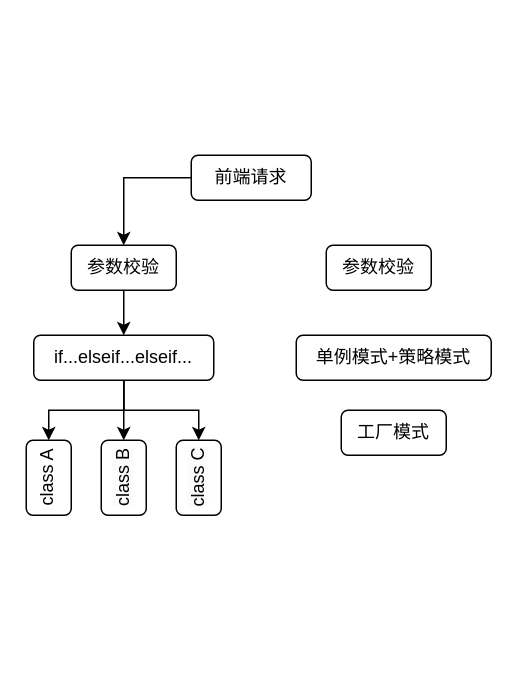
Earlier version of the draw.io diagram DrawIO_file/流程图/单例+工厂+策略.drawio (DingDongZz/typera_PicGO). Source tidied: cells renumbered, new cells numbered last; positions are measured from the earlier drawing's top-left corner, leaving out a move shared by most shapes. Both pictures are drawn from the tidied source at 150%, with x=0, y=0 at pixel (26, 154).
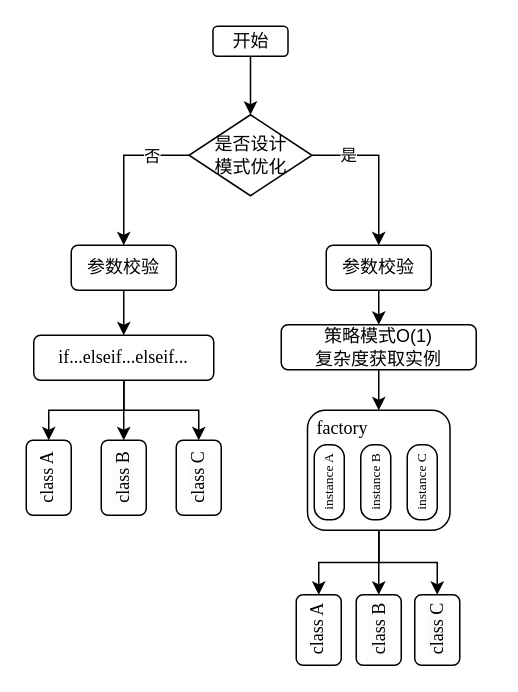
Above is the later version.

Commit message:
更新单例+工厂+策略.drawio

Diff of the diagram source:
```diff
@@
-    <mxCell id="2" style="edgeStyle=orthogonalEdgeStyle;rounded=0;jettySize=auto;html=1;entryX=0.5;entryY=0;entryDx=0;entryDy=0;" parent="1" edge="1" source="3" target="5">
+    <mxCell id="2" style="edgeStyle=orthogonalEdgeStyle;rounded=0;jettySize=auto;html=1;entryX=0.5;entryY=0;entryDx=0;entryDy=0;exitX=0;exitY=0.5;exitDx=0;exitDy=0;fontFamily=Times New Roman;" parent="1" edge="1" source="26" target="5">
       <mxGeometry relative="1" as="geometry" />
     </mxCell>
-    <mxCell id="3" value="前端请求" style="rounded=1;whiteSpace=wrap;html=1;" parent="1" vertex="1">
-      <mxGeometry x="110" width="80" height="30" as="geometry" />
-    </mxCell>
+    <mxCell id="16" value="否" style="edgeLabel;html=1;align=center;verticalAlign=middle;fontFamily=宋体;" parent="2" vertex="1">
+      <mxGeometry x="-0.52" relative="1" as="geometry" />
+    </mxCell>
+    <mxCell id="17" style="edgeStyle=orthogonalEdgeStyle;rounded=0;jettySize=auto;html=1;entryX=0.5;entryY=0;entryDx=0;entryDy=0;exitX=1;exitY=0.5;exitDx=0;exitDy=0;fontFamily=Times New Roman;" parent="1" edge="1" source="26" target="13">
+      <mxGeometry relative="1" as="geometry" />
+    </mxCell>
+    <mxCell id="18" value="是" style="edgeLabel;html=1;align=center;verticalAlign=middle;fontFamily=宋体;" parent="17" vertex="1">
+      <mxGeometry x="-0.55" y="1" relative="1" as="geometry" />
+    </mxCell>
-    <mxCell id="4" style="edgeStyle=orthogonalEdgeStyle;rounded=0;jettySize=auto;html=1;entryX=0.5;entryY=0;entryDx=0;entryDy=0;" parent="1" edge="1" source="5" target="9">
+    <mxCell id="4" style="edgeStyle=orthogonalEdgeStyle;rounded=0;jettySize=auto;html=1;entryX=0.5;entryY=0;entryDx=0;entryDy=0;fontFamily=Times New Roman;" parent="1" edge="1" source="5" target="9">
       <mxGeometry relative="1" as="geometry" />
     </mxCell>
-    <mxCell id="5" value="参数校验" style="rounded=1;whiteSpace=wrap;html=1;" parent="1" vertex="1">
+    <mxCell id="5" value="参数校验" style="rounded=1;whiteSpace=wrap;html=1;fontFamily=宋体;" parent="1" vertex="1">
       <mxGeometry x="30" y="60" width="70" height="30" as="geometry" />
     </mxCell>
-    <mxCell id="6" style="edgeStyle=orthogonalEdgeStyle;rounded=0;jettySize=auto;html=1;entryX=0.5;entryY=0;entryDx=0;entryDy=0;" parent="1" edge="1" source="9" target="10">
+    <mxCell id="6" style="edgeStyle=orthogonalEdgeStyle;rounded=0;jettySize=auto;html=1;entryX=0.5;entryY=0;entryDx=0;entryDy=0;fontFamily=Times New Roman;" parent="1" edge="1" source="9" target="10">
       <mxGeometry relative="1" as="geometry" />
     </mxCell>
-    <mxCell id="7" style="edgeStyle=orthogonalEdgeStyle;rounded=0;jettySize=auto;html=1;entryX=0.5;entryY=0;entryDx=0;entryDy=0;" parent="1" edge="1" source="9" target="11">
+    <mxCell id="7" style="edgeStyle=orthogonalEdgeStyle;rounded=0;jettySize=auto;html=1;entryX=0.5;entryY=0;entryDx=0;entryDy=0;fontFamily=Times New Roman;" parent="1" edge="1" source="9" target="11">
       <mxGeometry relative="1" as="geometry" />
     </mxCell>
-    <mxCell id="8" style="edgeStyle=orthogonalEdgeStyle;rounded=0;jettySize=auto;html=1;entryX=0.5;entryY=0;entryDx=0;entryDy=0;" parent="1" edge="1" source="9" target="12">
+    <mxCell id="8" style="edgeStyle=orthogonalEdgeStyle;rounded=0;jettySize=auto;html=1;entryX=0.5;entryY=0;entryDx=0;entryDy=0;fontFamily=Times New Roman;" parent="1" edge="1" source="9" target="12">
       <mxGeometry relative="1" as="geometry" />
     </mxCell>
-    <mxCell id="9" value="if...elseif...elseif..." style="rounded=1;whiteSpace=wrap;html=1;" parent="1" vertex="1">
+    <mxCell id="9" value="if...elseif...elseif..." style="rounded=1;whiteSpace=wrap;html=1;fontFamily=Times New Roman;" parent="1" vertex="1">
       <mxGeometry x="5" y="120" width="120" height="30" as="geometry" />
     </mxCell>
-    <mxCell id="10" value="class A" style="rounded=1;whiteSpace=wrap;html=1;verticalAlign=top;horizontal=0;" parent="1" vertex="1">
+    <mxCell id="10" value="class A" style="rounded=1;whiteSpace=wrap;html=1;verticalAlign=top;horizontal=0;fontFamily=Times New Roman;" parent="1" vertex="1">
       <mxGeometry y="190" width="30" height="50" as="geometry" />
     </mxCell>
-    <mxCell id="11" value="&lt;span style=&quot;color: rgb(0, 0, 0); font-family: Helvetica; font-size: 12px; font-style: normal; font-variant-ligatures: normal; font-variant-caps: normal; font-weight: 400; letter-spacing: normal; orphans: 2; text-align: center; text-indent: 0px; text-transform: none; widows: 2; word-spacing: 0px; -webkit-text-stroke-width: 0px; white-space: normal; background-color: rgb(251, 251, 251); text-decoration-thickness: initial; text-decoration-style: initial; text-decoration-color: initial; float: none; display: inline !important;&quot;&gt;class B&lt;/span&gt;" style="rounded=1;whiteSpace=wrap;html=1;horizontal=0;" parent="1" vertex="1">
+    <mxCell id="11" value="&lt;span style=&quot;color: rgb(0, 0, 0); font-size: 12px; font-style: normal; font-variant-ligatures: normal; font-variant-caps: normal; font-weight: 400; letter-spacing: normal; orphans: 2; text-align: center; text-indent: 0px; text-transform: none; widows: 2; word-spacing: 0px; -webkit-text-stroke-width: 0px; white-space: normal; background-color: rgb(251, 251, 251); text-decoration-thickness: initial; text-decoration-style: initial; text-decoration-color: initial; float: none; display: inline !important;&quot;&gt;class B&lt;/span&gt;" style="rounded=1;whiteSpace=wrap;html=1;horizontal=0;fontFamily=Times New Roman;" parent="1" vertex="1">
       <mxGeometry x="50" y="190" width="30" height="50" as="geometry" />
     </mxCell>
-    <mxCell id="12" value="&lt;span style=&quot;color: rgb(0, 0, 0); font-family: Helvetica; font-size: 12px; font-style: normal; font-variant-ligatures: normal; font-variant-caps: normal; font-weight: 400; letter-spacing: normal; orphans: 2; text-align: center; text-indent: 0px; text-transform: none; widows: 2; word-spacing: 0px; -webkit-text-stroke-width: 0px; white-space: normal; background-color: rgb(251, 251, 251); text-decoration-thickness: initial; text-decoration-style: initial; text-decoration-color: initial; float: none; display: inline !important;&quot;&gt;class C&lt;/span&gt;" style="rounded=1;whiteSpace=wrap;html=1;horizontal=0;" parent="1" vertex="1">
+    <mxCell id="12" value="&lt;span style=&quot;color: rgb(0, 0, 0); font-size: 12px; font-style: normal; font-variant-ligatures: normal; font-variant-caps: normal; font-weight: 400; letter-spacing: normal; orphans: 2; text-align: center; text-indent: 0px; text-transform: none; widows: 2; word-spacing: 0px; -webkit-text-stroke-width: 0px; white-space: normal; background-color: rgb(251, 251, 251); text-decoration-thickness: initial; text-decoration-style: initial; text-decoration-color: initial; float: none; display: inline !important;&quot;&gt;class C&lt;/span&gt;" style="rounded=1;whiteSpace=wrap;html=1;horizontal=0;fontFamily=Times New Roman;" parent="1" vertex="1">
       <mxGeometry x="100" y="190" width="30" height="50" as="geometry" />
     </mxCell>
-    <mxCell id="13" value="参数校验" style="rounded=1;whiteSpace=wrap;html=1;" parent="1" vertex="1">
+    <mxCell id="13" value="参数校验" style="rounded=1;whiteSpace=wrap;html=1;fontFamily=宋体;" parent="1" vertex="1">
       <mxGeometry x="200" y="60" width="70" height="30" as="geometry" />
     </mxCell>
-    <mxCell id="14" value="单例模式+策略模式" style="rounded=1;whiteSpace=wrap;html=1;" parent="1" vertex="1">
-      <mxGeometry x="180" y="120" width="130" height="30" as="geometry" />
+    <mxCell id="14" value="策略模式O(1)&lt;div&gt;复杂度获取实例&lt;/div&gt;" style="rounded=1;whiteSpace=wrap;html=1;fontFamily=宋体;" parent="1" vertex="1">
+      <mxGeometry x="170" y="113" width="130" height="30" as="geometry" />
     </mxCell>
+    <mxCell id="19" style="edgeStyle=orthogonalEdgeStyle;rounded=0;jettySize=auto;html=1;entryX=0.5;entryY=0;entryDx=0;entryDy=0;fontFamily=Times New Roman;" parent="1" edge="1" source="15" target="22">
+      <mxGeometry relative="1" as="geometry" />
+    </mxCell>
+    <mxCell id="20" style="edgeStyle=orthogonalEdgeStyle;rounded=0;jettySize=auto;html=1;entryX=0.5;entryY=0;entryDx=0;entryDy=0;fontFamily=Times New Roman;" parent="1" edge="1" source="15" target="23">
+      <mxGeometry relative="1" as="geometry" />
+    </mxCell>
+    <mxCell id="21" style="edgeStyle=orthogonalEdgeStyle;rounded=0;jettySize=auto;html=1;entryX=0.5;entryY=0;entryDx=0;entryDy=0;fontFamily=Times New Roman;" parent="1" edge="1" source="15" target="24">
+      <mxGeometry relative="1" as="geometry" />
+    </mxCell>
-    <mxCell id="15" value="工厂模式" style="rounded=1;whiteSpace=wrap;html=1;" parent="1" vertex="1">
-      <mxGeometry x="210" y="170" width="70" height="30" as="geometry" />
+    <mxCell id="15" style="rounded=1;whiteSpace=wrap;html=1;fontFamily=Times New Roman;" parent="1" vertex="1">
+      <mxGeometry x="187.5" y="170" width="95" height="80" as="geometry" />
     </mxCell>
+    <mxCell id="22" value="class A" style="rounded=1;whiteSpace=wrap;html=1;verticalAlign=top;horizontal=0;fontFamily=Times New Roman;" parent="1" vertex="1">
+      <mxGeometry x="180" y="293" width="30" height="47" as="geometry" />
+    </mxCell>
+    <mxCell id="23" value="&lt;span style=&quot;color: rgb(0, 0, 0); font-size: 12px; font-style: normal; font-variant-ligatures: normal; font-variant-caps: normal; font-weight: 400; letter-spacing: normal; orphans: 2; text-align: center; text-indent: 0px; text-transform: none; widows: 2; word-spacing: 0px; -webkit-text-stroke-width: 0px; white-space: normal; background-color: rgb(251, 251, 251); text-decoration-thickness: initial; text-decoration-style: initial; text-decoration-color: initial; float: none; display: inline !important;&quot;&gt;class B&lt;/span&gt;" style="rounded=1;whiteSpace=wrap;html=1;horizontal=0;fontFamily=Times New Roman;" parent="1" vertex="1">
+      <mxGeometry x="220" y="293" width="30" height="47" as="geometry" />
+    </mxCell>
+    <mxCell id="24" value="&lt;span style=&quot;color: rgb(0, 0, 0); font-size: 12px; font-style: normal; font-variant-ligatures: normal; font-variant-caps: normal; font-weight: 400; letter-spacing: normal; orphans: 2; text-align: center; text-indent: 0px; text-transform: none; widows: 2; word-spacing: 0px; -webkit-text-stroke-width: 0px; white-space: normal; background-color: rgb(251, 251, 251); text-decoration-thickness: initial; text-decoration-style: initial; text-decoration-color: initial; float: none; display: inline !important;&quot;&gt;class C&lt;/span&gt;" style="rounded=1;whiteSpace=wrap;html=1;horizontal=0;fontFamily=Times New Roman;" parent="1" vertex="1">
+      <mxGeometry x="259" y="293" width="30" height="47" as="geometry" />
+    </mxCell>
+    <mxCell id="25" style="edgeStyle=orthogonalEdgeStyle;rounded=0;jettySize=auto;html=1;entryX=0.5;entryY=0;entryDx=0;entryDy=0;fontFamily=Times New Roman;" parent="1" edge="1" source="13" target="14">
+      <mxGeometry relative="1" as="geometry" />
+    </mxCell>
+    <mxCell id="26" value="是否设计&lt;div&gt;模式优化&lt;/div&gt;" style="rhombus;whiteSpace=wrap;html=1;fontFamily=宋体;" parent="1" vertex="1">
+      <mxGeometry x="108.5" y="-27" width="82" height="54" as="geometry" />
+    </mxCell>
+    <mxCell id="27" style="edgeStyle=orthogonalEdgeStyle;rounded=0;jettySize=auto;html=1;entryX=0.5;entryY=0;entryDx=0;entryDy=0;fontFamily=Times New Roman;" parent="1" edge="1" source="28" target="26">
+      <mxGeometry relative="1" as="geometry" />
+    </mxCell>
+    <mxCell id="28" value="开始" style="rounded=1;whiteSpace=wrap;html=1;fontFamily=宋体;" parent="1" vertex="1">
+      <mxGeometry x="124.5" y="-86" width="50" height="20" as="geometry" />
+    </mxCell>
+    <mxCell id="29" value="instance A" style="rounded=1;whiteSpace=wrap;html=1;fontSize=9;arcSize=42;rotation=-90;horizontal=1;fontFamily=Times New Roman;" parent="1" vertex="1">
+      <mxGeometry x="177" y="208" width="50" height="20" as="geometry" />
+    </mxCell>
+    <mxCell id="30" value="instance C" style="rounded=1;whiteSpace=wrap;html=1;fontSize=9;arcSize=42;rotation=-90;fontFamily=Times New Roman;" parent="1" vertex="1">
+      <mxGeometry x="239" y="208" width="50" height="20" as="geometry" />
+    </mxCell>
+    <mxCell id="31" value="instance B" style="rounded=1;whiteSpace=wrap;html=1;fontSize=9;arcSize=42;rotation=-90;fontFamily=Times New Roman;" parent="1" vertex="1">
+      <mxGeometry x="208" y="208" width="50" height="20" as="geometry" />
+    </mxCell>
+    <mxCell id="32" value="factory" style="text;html=1;align=center;verticalAlign=middle;whiteSpace=wrap;rounded=0;fontFamily=Times New Roman;" parent="1" vertex="1">
+      <mxGeometry x="181" y="167" width="60" height="30" as="geometry" />
+    </mxCell>
+    <mxCell id="33" style="edgeStyle=orthogonalEdgeStyle;rounded=0;jettySize=auto;html=1;entryX=0.5;entryY=0;entryDx=0;entryDy=0;fontFamily=Times New Roman;" parent="1" edge="1" source="14" target="15">
+      <mxGeometry relative="1" as="geometry" />
+    </mxCell>
```
